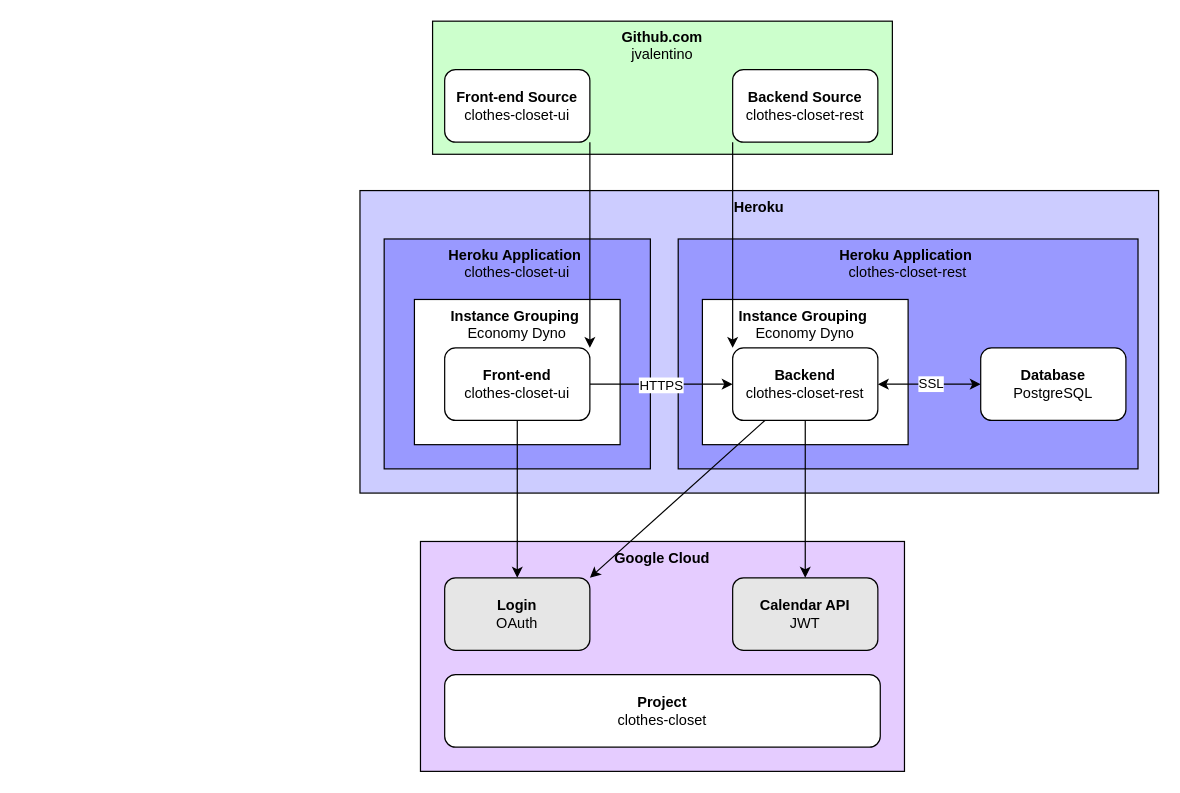
jvalentino/clothes-closet-wiki keeps this draw.io diagram as clothes-closet.drawio. Above is the earlier version. Source tidied: cells renumbered, new cells numbered last; positions are measured from the earlier drawing's top-left corner, leaving out a move shared by most shapes. Both pictures are drawn from the tidied source at 121%, with x=0, y=0 at pixel (359, 21).
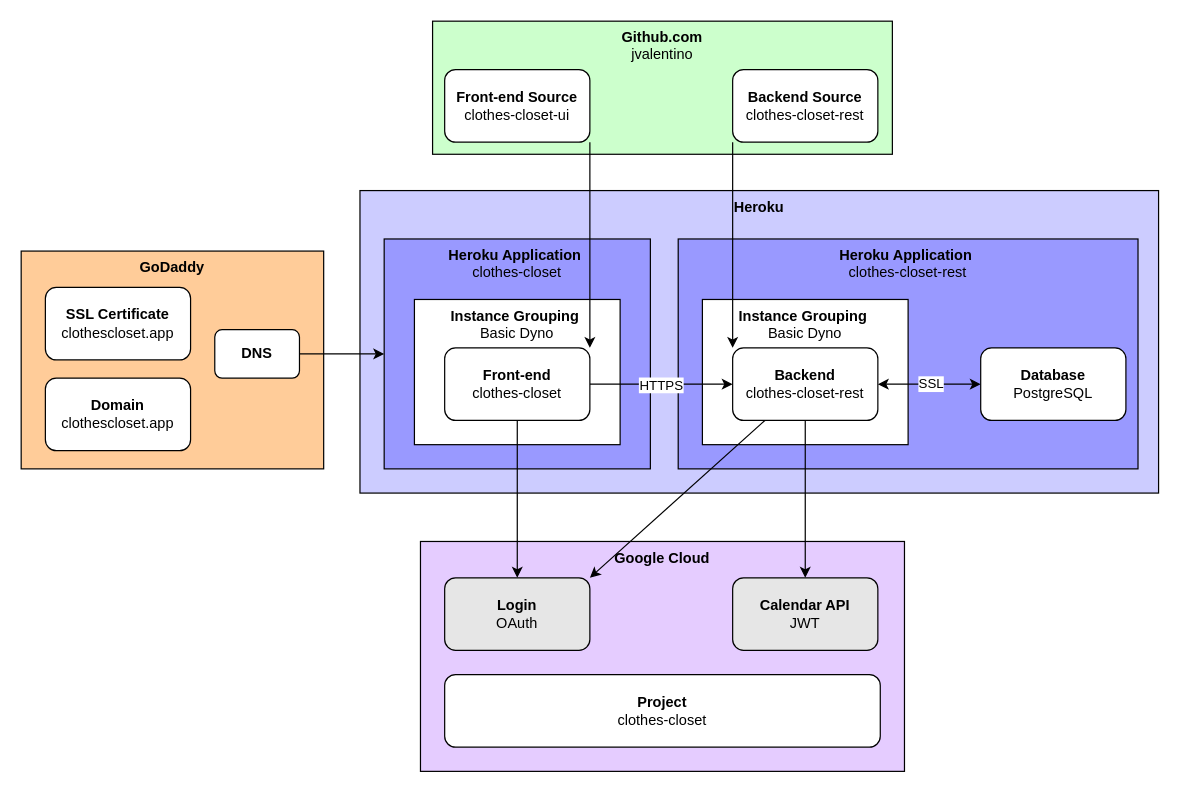
The same page after the edit.

Change to the diagram source:
```diff
@@
+    <mxCell id="26" value="&lt;b&gt;GoDaddy&lt;/b&gt;" style="rounded=0;whiteSpace=wrap;html=1;verticalAlign=top;fillColor=#FFCC99;" parent="1" vertex="1">
+      <mxGeometry x="-280" y="190" width="250" height="180" as="geometry" />
+    </mxCell>
@@
-    <mxCell id="5" value="&lt;b&gt;Heroku Application&amp;nbsp;&lt;br&gt;&lt;/b&gt;clothes-closet-ui" style="rounded=0;whiteSpace=wrap;html=1;verticalAlign=top;fillColor=#9999FF;" parent="1" vertex="1">
+    <mxCell id="5" value="&lt;b&gt;Heroku Application&amp;nbsp;&lt;br&gt;&lt;/b&gt;clothes-closet" style="rounded=0;whiteSpace=wrap;html=1;verticalAlign=top;fillColor=#9999FF;" parent="1" vertex="1">
       <mxGeometry x="20" y="180" width="220" height="190" as="geometry" />
     </mxCell>
-    <mxCell id="6" value="&lt;b&gt;Instance Grouping&amp;nbsp;&lt;br&gt;&lt;/b&gt;Economy Dyno" style="rounded=0;whiteSpace=wrap;html=1;verticalAlign=top;" parent="1" vertex="1">
+    <mxCell id="6" value="&lt;b&gt;Instance Grouping&amp;nbsp;&lt;br&gt;&lt;/b&gt;Basic Dyno" style="rounded=0;whiteSpace=wrap;html=1;verticalAlign=top;" parent="1" vertex="1">
       <mxGeometry x="45" y="230" width="170" height="120" as="geometry" />
     </mxCell>
@@
-    <mxCell id="8" value="&lt;b&gt;Instance Grouping&amp;nbsp;&lt;br&gt;&lt;/b&gt;Economy Dyno" style="rounded=0;whiteSpace=wrap;html=1;verticalAlign=top;" parent="1" vertex="1">
+    <mxCell id="8" value="&lt;b&gt;Instance Grouping&amp;nbsp;&lt;br&gt;&lt;/b&gt;Basic Dyno" style="rounded=0;whiteSpace=wrap;html=1;verticalAlign=top;" parent="1" vertex="1">
       <mxGeometry x="283" y="230" width="170" height="120" as="geometry" />
     </mxCell>
@@
-    <mxCell id="12" value="&lt;b&gt;Front-end&lt;br&gt;&lt;/b&gt;clothes-closet-ui" style="rounded=1;whiteSpace=wrap;html=1;" parent="1" vertex="1">
+    <mxCell id="12" value="&lt;b&gt;Front-end&lt;br&gt;&lt;/b&gt;clothes-closet" style="rounded=1;whiteSpace=wrap;html=1;" parent="1" vertex="1">
       <mxGeometry x="70" y="270" width="120" height="60" as="geometry" />
     </mxCell>
@@
+    <mxCell id="27" value="&lt;b&gt;Domain&lt;br&gt;&lt;/b&gt;clothescloset.app" style="rounded=1;whiteSpace=wrap;html=1;" parent="1" vertex="1">
+      <mxGeometry x="-260" y="295" width="120" height="60" as="geometry" />
+    </mxCell>
+    <mxCell id="28" value="&lt;b&gt;SSL Certificate&lt;br&gt;&lt;/b&gt;clothescloset.app" style="rounded=1;whiteSpace=wrap;html=1;" parent="1" vertex="1">
+      <mxGeometry x="-260" y="220" width="120" height="60" as="geometry" />
+    </mxCell>
+    <mxCell id="29" style="edgeStyle=orthogonalEdgeStyle;rounded=0;jettySize=auto;html=1;entryX=0;entryY=0.5;entryDx=0;entryDy=0;" parent="1" edge="1" source="30" target="5">
+      <mxGeometry relative="1" as="geometry" />
+    </mxCell>
+    <mxCell id="30" value="&lt;b&gt;DNS&lt;/b&gt;" style="rounded=1;whiteSpace=wrap;html=1;" parent="1" vertex="1">
+      <mxGeometry x="-120" y="255" width="70" height="40" as="geometry" />
+    </mxCell>
```
